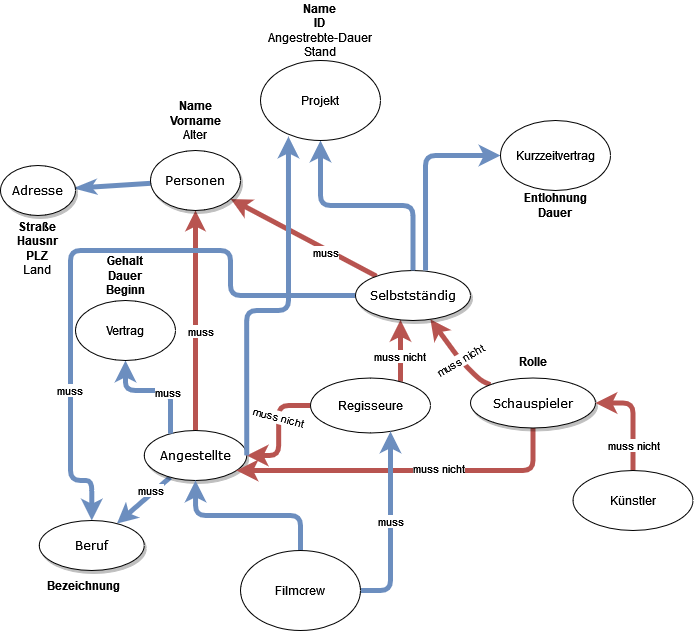
Masternuss/Datenbanken2022 keeps this draw.io diagram as Personenverwaltung.drawio.png. Above is the earlier version. Source tidied: cells renumbered, new cells last; positions are measured from the earlier drawing's top-left corner, leaving out a move shared by most shapes.
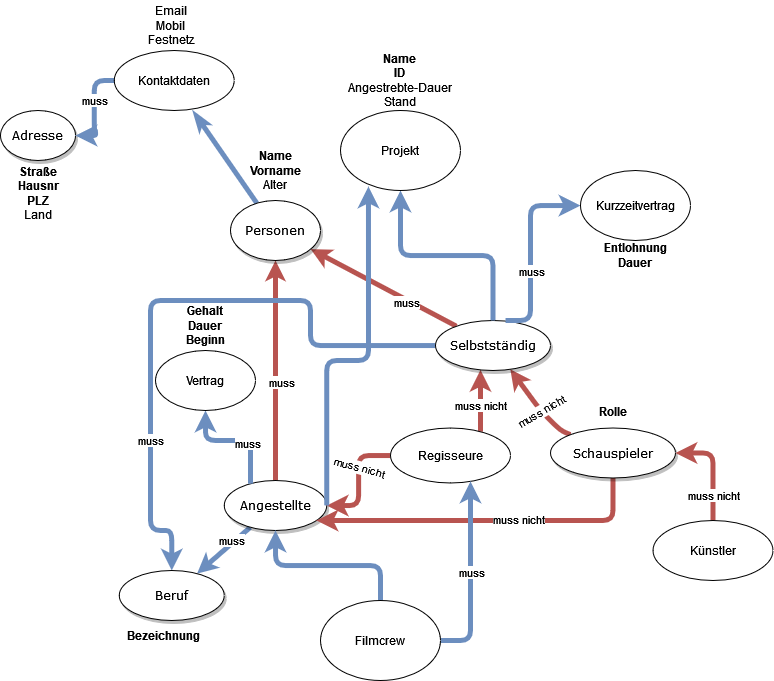
The same file after the commit.

The edit, as a diff of the source:
```diff
@@ -8,7 +8,7 @@
     <mxCell id="3" value="muss" style="edgeLabel;html=1;align=center;verticalAlign=middle;fontFamily=Helvetica;" parent="2" vertex="1">
       <mxGeometry x="0.1" y="5" relative="1" as="geometry" />
     </mxCell>
-    <mxCell id="4" style="edgeStyle=none;rounded=1;html=1;labelBackgroundColor=none;startArrow=none;startFill=0;startSize=5;endArrow=classicThin;endFill=1;endSize=5;jettySize=auto;strokeColor=#6c8ebf;strokeWidth=5;fontFamily=Verdana;fontSize=12;fillColor=#dae8fc;" parent="1" edge="1" source="7" target="22">
+    <mxCell id="4" style="edgeStyle=none;rounded=1;html=1;labelBackgroundColor=none;startArrow=none;startFill=0;startSize=5;endArrow=classicThin;endFill=1;endSize=5;jettySize=auto;strokeColor=#6c8ebf;strokeWidth=5;fontFamily=Verdana;fontSize=12;fillColor=#dae8fc;entryX=0.66;entryY=1.019;entryDx=0;entryDy=0;entryPerimeter=0;" parent="1" edge="1" source="7" target="51">
       <mxGeometry x="-0.02" y="40" relative="1" as="geometry" />
     </mxCell>
     <mxCell id="5" style="edgeStyle=none;rounded=1;html=1;labelBackgroundColor=none;startArrow=classic;startFill=1;startSize=5;endArrow=none;endFill=0;endSize=5;jettySize=auto;strokeColor=#b85450;strokeWidth=5;fontFamily=Verdana;fontSize=12;fillColor=#f8cecc;" parent="1" edge="1" source="7" target="17">
@@ -89,7 +89,7 @@
       <mxGeometry x="38.8" y="520" width="105" height="50" as="geometry" />
     </mxCell>
     <mxCell id="22" value="Adresse" style="ellipse;whiteSpace=wrap;html=1;rounded=0;shadow=1;comic=0;labelBackgroundColor=none;strokeWidth=1;fontFamily=Verdana;fontSize=12;align=center;" parent="1" vertex="1">
-      <mxGeometry y="165" width="75" height="50" as="geometry" />
+      <mxGeometry x="-80" y="60" width="75" height="50" as="geometry" />
     </mxCell>
     <mxCell id="23" style="edgeStyle=orthogonalEdgeStyle;rounded=1;jettySize=auto;html=1;startArrow=none;startFill=0;endArrow=classic;endFill=1;strokeColor=#b85450;strokeWidth=5;fillColor=#f8cecc;" parent="1" edge="1" source="25" target="10">
       <mxGeometry relative="1" as="geometry" />
@@ -103,8 +103,18 @@
       <mxGeometry x="310" y="377.5" width="120" height="55" as="geometry" />
     </mxCell>
     <mxCell id="26" style="edgeStyle=orthogonalEdgeStyle;jettySize=auto;html=1;entryX=0.609;entryY=0;entryDx=0;entryDy=0;entryPerimeter=0;startArrow=classic;startFill=1;endArrow=none;endFill=0;strokeWidth=5;fillColor=#dae8fc;strokeColor=#6c8ebf;rounded=1;" parent="1" edge="1" source="27" target="17">
-      <mxGeometry relative="1" as="geometry" />
+      <mxGeometry relative="1" as="geometry">
+        <Array as="points">
+          <mxPoint x="450" y="155" />
+          <mxPoint x="450" y="270" />
+        </Array>
+      </mxGeometry>
     </mxCell>
+    <mxCell id="48" value="muss" style="edgeLabel;html=1;align=center;verticalAlign=middle;fontFamily=Helvetica;" parent="26" vertex="1">
+      <mxGeometry x="0.33" y="-4" relative="1" as="geometry">
+        <mxPoint x="4" y="-11" as="offset" />
+      </mxGeometry>
+    </mxCell>
     <mxCell id="27" value="Kurzzeitvertrag" style="ellipse;whiteSpace=wrap;html=1;" parent="1" vertex="1">
       <mxGeometry x="500" y="120" width="110" height="70" as="geometry" />
     </mxCell>
@@ -126,7 +136,7 @@
       <mxGeometry x="517.5" y="190" width="75" height="30" as="geometry" />
     </mxCell>
     <mxCell id="32" value="&lt;div&gt;&lt;b&gt;Straße&lt;/b&gt;&lt;/div&gt;&lt;div&gt;&lt;b&gt;Hausnr&lt;/b&gt;&lt;/div&gt;&lt;div&gt;&lt;b&gt;PLZ&lt;br&gt;&lt;/b&gt;&lt;/div&gt;&lt;div&gt;Land&lt;br&gt;&lt;b&gt;&lt;/b&gt;&lt;/div&gt;" style="text;html=1;strokeColor=none;fillColor=none;align=center;verticalAlign=middle;whiteSpace=wrap;rounded=0;" parent="1" vertex="1">
-      <mxGeometry x="7.5" y="215" width="60" height="65" as="geometry" />
+      <mxGeometry x="-72.5" y="110" width="60" height="65" as="geometry" />
     </mxCell>
     <mxCell id="33" value="&lt;div&gt;&lt;b&gt;Name&lt;/b&gt;&lt;/div&gt;&lt;div&gt;&lt;b&gt;Vorname&lt;/b&gt;&lt;/div&gt;&lt;div&gt;Alter&lt;br&gt;&lt;/div&gt;" style="text;html=1;strokeColor=none;fillColor=none;align=center;verticalAlign=middle;whiteSpace=wrap;rounded=0;" parent="1" vertex="1">
       <mxGeometry x="165" y="90" width="60" height="60" as="geometry" />
@@ -186,5 +196,19 @@
     <mxCell id="47" value="Künstler" style="ellipse;whiteSpace=wrap;html=1;" parent="1" vertex="1">
       <mxGeometry x="572.5" y="470" width="120" height="60" as="geometry" />
     </mxCell>
+    <mxCell id="49" style="edgeStyle=orthogonalEdgeStyle;rounded=1;jettySize=auto;html=1;fontFamily=Helvetica;startArrow=none;startFill=0;endArrow=classic;endFill=1;strokeColor=#6c8ebf;strokeWidth=5;fillColor=#dae8fc;" parent="1" edge="1" source="51" target="22">
+      <mxGeometry relative="1" as="geometry" />
+    </mxCell>
+    <mxCell id="50" value="muss" style="edgeLabel;html=1;align=center;verticalAlign=middle;fontFamily=Helvetica;" parent="49" vertex="1">
+      <mxGeometry x="-0.27" relative="1" as="geometry">
+        <mxPoint y="4" as="offset" />
+      </mxGeometry>
+    </mxCell>
+    <mxCell id="51" value="Kontaktdaten" style="ellipse;whiteSpace=wrap;html=1;fontFamily=Helvetica;" parent="1" vertex="1">
+      <mxGeometry x="33.8" width="120" height="60" as="geometry" />
+    </mxCell>
+    <mxCell id="52" value="&lt;div&gt;Email&lt;/div&gt;&lt;div&gt;Mobil&lt;/div&gt;&lt;div&gt;Festnetz&lt;br&gt;&lt;/div&gt;" style="text;html=1;strokeColor=none;fillColor=none;align=center;verticalAlign=middle;whiteSpace=wrap;rounded=0;fontFamily=Helvetica;" parent="1" vertex="1">
+      <mxGeometry x="61.2" y="-50" width="60" height="50" as="geometry" />
+    </mxCell>
   </root>
 </mxGraphModel>
```
